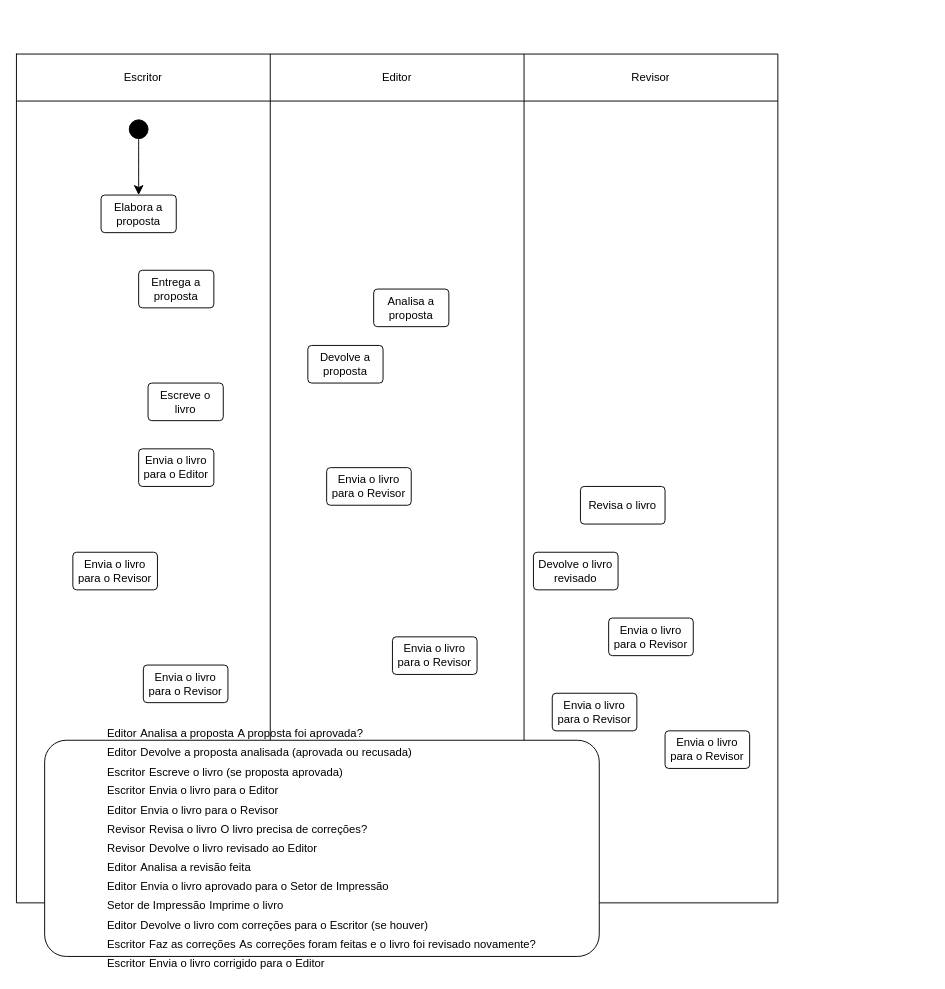
Before: diag_ativ_publicLivro.drawio in mariioka/Diagramas, a draw.io diagram. Source tidied: cells renumbered, new cells numbered last; positions are measured from the earlier drawing's top-left corner, leaving out a move shared by most shapes. Both pictures are drawn from the tidied source at 94%, with x=0, y=0 at pixel (16, 54).
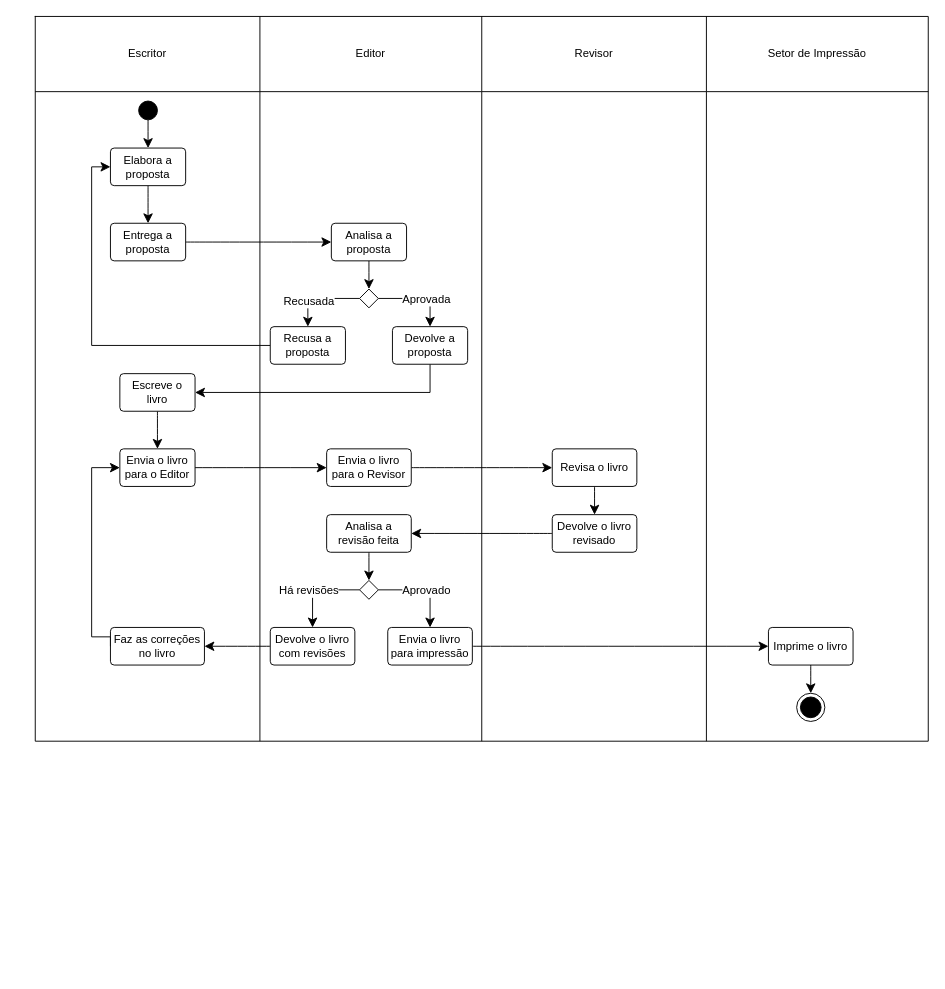
Above is the later version.

Change to the diagram source:
```diff
@@
-    <mxCell id="2" style="shape=table;startSize=0;childLayout=tableLayout;" parent="1" vertex="1">
-      <mxGeometry width="810" height="903" as="geometry" />
-    </mxCell>
-    <mxCell id="3" style="shape=tableRow;horizontal=0;startSize=0;swimlaneHead=0;swimlaneBody=0;strokeColor=inherit;top=0;left=0;bottom=0;right=0;fillColor=none;" parent="2" vertex="1">
-      <mxGeometry width="810" height="50" as="geometry" />
-    </mxCell>
+    <mxCell id="29" style="shape=table;startSize=0;childLayout=tableLayout;" parent="1" vertex="1">
+      <mxGeometry x="20" y="-40" width="950" height="771" as="geometry" />
+    </mxCell>
+    <mxCell id="30" style="shape=tableRow;horizontal=0;startSize=0;swimlaneHead=0;swimlaneBody=0;strokeColor=inherit;top=0;left=0;bottom=0;right=0;fillColor=none;" parent="29" vertex="1">
+      <mxGeometry width="950" height="80" as="geometry" />
+    </mxCell>
-    <mxCell id="4" value="Escritor" style="shape=partialRectangle;html=1;whiteSpace=wrap;strokeColor=inherit;overflow=hidden;fillColor=none;top=0;left=0;bottom=0;right=0;" parent="3" vertex="1">
-      <mxGeometry width="270" height="50" as="geometry" />
+    <mxCell id="4" value="Escritor" style="shape=partialRectangle;html=1;whiteSpace=wrap;strokeColor=inherit;overflow=hidden;fillColor=none;top=0;left=0;bottom=0;right=0;" parent="30" vertex="1">
+      <mxGeometry width="239" height="80" as="geometry" />
     </mxCell>
-    <mxCell id="5" value="Editor" style="shape=partialRectangle;html=1;whiteSpace=wrap;strokeColor=inherit;overflow=hidden;fillColor=none;top=0;left=0;bottom=0;right=0;" parent="3" vertex="1">
-      <mxGeometry x="270" width="270" height="50" as="geometry" />
+    <mxCell id="5" value="Editor" style="shape=partialRectangle;html=1;whiteSpace=wrap;strokeColor=inherit;overflow=hidden;fillColor=none;top=0;left=0;bottom=0;right=0;" parent="30" vertex="1">
+      <mxGeometry x="239" width="236" height="80" as="geometry" />
     </mxCell>
-    <mxCell id="6" value="Revisor" style="shape=partialRectangle;html=1;whiteSpace=wrap;strokeColor=inherit;overflow=hidden;fillColor=none;top=0;left=0;bottom=0;right=0;" parent="3" vertex="1">
-      <mxGeometry x="540" width="270" height="50" as="geometry" />
+    <mxCell id="6" value="Revisor" style="shape=partialRectangle;html=1;whiteSpace=wrap;strokeColor=inherit;overflow=hidden;fillColor=none;top=0;left=0;bottom=0;right=0;" parent="30" vertex="1">
+      <mxGeometry x="475" width="239" height="80" as="geometry" />
     </mxCell>
-    <mxCell id="7" style="shape=tableRow;horizontal=0;startSize=0;swimlaneHead=0;swimlaneBody=0;strokeColor=inherit;top=0;left=0;bottom=0;right=0;fillColor=none;" parent="2" vertex="1">
-      <mxGeometry y="50" width="810" height="853" as="geometry" />
-    </mxCell>
-    <mxCell id="8" style="shape=partialRectangle;html=1;whiteSpace=wrap;strokeColor=inherit;overflow=hidden;fillColor=none;top=0;left=0;bottom=0;right=0;" parent="7" vertex="1">
-      <mxGeometry width="270" height="853" as="geometry" />
-    </mxCell>
-    <mxCell id="9" style="shape=partialRectangle;html=1;whiteSpace=wrap;strokeColor=inherit;overflow=hidden;fillColor=none;top=0;left=0;bottom=0;right=0;" parent="7" vertex="1">
-      <mxGeometry x="270" width="270" height="853" as="geometry" />
-    </mxCell>
-    <mxCell id="10" style="shape=partialRectangle;html=1;whiteSpace=wrap;strokeColor=inherit;overflow=hidden;fillColor=none;top=0;left=0;bottom=0;right=0;" parent="7" vertex="1">
-      <mxGeometry x="540" width="270" height="853" as="geometry" />
-    </mxCell>
+    <mxCell id="31" value="Setor de Impressão" style="shape=partialRectangle;html=1;whiteSpace=wrap;strokeColor=inherit;overflow=hidden;fillColor=none;top=0;left=0;bottom=0;right=0;" parent="30" vertex="1">
+      <mxGeometry x="714" width="236" height="80" as="geometry" />
+    </mxCell>
+    <mxCell id="32" style="shape=tableRow;horizontal=0;startSize=0;swimlaneHead=0;swimlaneBody=0;strokeColor=inherit;top=0;left=0;bottom=0;right=0;fillColor=none;" parent="29" vertex="1">
+      <mxGeometry y="80" width="950" height="691" as="geometry" />
+    </mxCell>
+    <mxCell id="33" style="shape=partialRectangle;html=1;whiteSpace=wrap;strokeColor=inherit;overflow=hidden;fillColor=none;top=0;left=0;bottom=0;right=0;" parent="32" vertex="1">
+      <mxGeometry width="239" height="691" as="geometry" />
+    </mxCell>
+    <mxCell id="34" style="shape=partialRectangle;html=1;whiteSpace=wrap;strokeColor=inherit;overflow=hidden;fillColor=none;top=0;left=0;bottom=0;right=0;" parent="32" vertex="1">
+      <mxGeometry x="239" width="236" height="691" as="geometry" />
+    </mxCell>
+    <mxCell id="35" style="shape=partialRectangle;html=1;whiteSpace=wrap;strokeColor=inherit;overflow=hidden;fillColor=none;top=0;left=0;bottom=0;right=0;" parent="32" vertex="1">
+      <mxGeometry x="475" width="239" height="691" as="geometry" />
+    </mxCell>
+    <mxCell id="36" style="shape=partialRectangle;html=1;whiteSpace=wrap;strokeColor=inherit;overflow=hidden;fillColor=none;top=0;left=0;bottom=0;right=0;" parent="32" vertex="1">
+      <mxGeometry x="714" width="236" height="691" as="geometry" />
+    </mxCell>
@@
+    <mxCell id="37" style="edgeStyle=none;curved=1;rounded=0;jettySize=auto;html=1;fontSize=12;startSize=8;endSize=8;" parent="1" edge="1" source="12" target="14">
+      <mxGeometry relative="1" as="geometry" />
+    </mxCell>
     <mxCell id="12" value="Elabora a proposta" style="rounded=1;arcSize=10;whiteSpace=wrap;html=1;align=center;" parent="1" vertex="1">
-      <mxGeometry x="90" y="150" width="80" height="40" as="geometry" />
+      <mxGeometry x="100" y="100" width="80" height="40" as="geometry" />
     </mxCell>
     <mxCell id="13" style="ellipse;whiteSpace=wrap;html=1;gradientColor=none;fillColor=#000000;" parent="1" vertex="1">
-      <mxGeometry x="120" y="70" width="20" height="20" as="geometry" />
+      <mxGeometry x="130" y="50" width="20" height="20" as="geometry" />
     </mxCell>
+    <mxCell id="38" style="edgeStyle=none;curved=1;rounded=0;jettySize=auto;html=1;exitX=1;exitY=0.5;exitDx=0;exitDy=0;fontSize=12;startSize=8;endSize=8;" parent="1" edge="1" source="14" target="15">
+      <mxGeometry relative="1" as="geometry" />
+    </mxCell>
     <mxCell id="14" value="Entrega a proposta" style="rounded=1;arcSize=10;whiteSpace=wrap;html=1;align=center;" parent="1" vertex="1">
-      <mxGeometry x="130" y="230" width="80" height="40" as="geometry" />
+      <mxGeometry x="100" y="180" width="80" height="40" as="geometry" />
     </mxCell>
+    <mxCell id="39" style="edgeStyle=none;curved=1;rounded=0;jettySize=auto;html=1;entryX=0.5;entryY=0;entryDx=0;entryDy=0;fontSize=12;startSize=8;endSize=8;" parent="1" edge="1" source="15" target="56">
+      <mxGeometry relative="1" as="geometry" />
+    </mxCell>
     <mxCell id="15" value="Analisa a proposta" style="rounded=1;arcSize=10;whiteSpace=wrap;html=1;align=center;" parent="1" vertex="1">
-      <mxGeometry x="380" y="250" width="80" height="40" as="geometry" />
+      <mxGeometry x="335" y="180" width="80" height="40" as="geometry" />
     </mxCell>
+    <mxCell id="40" style="edgeStyle=orthogonalEdgeStyle;rounded=0;jettySize=auto;html=1;exitX=0.5;exitY=1;exitDx=0;exitDy=0;entryX=1;entryY=0.5;entryDx=0;entryDy=0;fontSize=12;startSize=8;endSize=8;" parent="1" edge="1" source="16" target="17">
+      <mxGeometry relative="1" as="geometry" />
+    </mxCell>
     <mxCell id="16" value="Devolve a proposta" style="rounded=1;arcSize=10;whiteSpace=wrap;html=1;align=center;" parent="1" vertex="1">
-      <mxGeometry x="310" y="310" width="80" height="40" as="geometry" />
+      <mxGeometry x="400" y="290" width="80" height="40" as="geometry" />
     </mxCell>
+    <mxCell id="41" style="edgeStyle=none;curved=1;rounded=0;jettySize=auto;html=1;exitX=0.5;exitY=1;exitDx=0;exitDy=0;fontSize=12;startSize=8;endSize=8;" parent="1" edge="1" source="17" target="18">
+      <mxGeometry relative="1" as="geometry" />
+    </mxCell>
     <mxCell id="17" value="Escreve o livro" style="rounded=1;arcSize=10;whiteSpace=wrap;html=1;align=center;" parent="1" vertex="1">
-      <mxGeometry x="140" y="350" width="80" height="40" as="geometry" />
+      <mxGeometry x="110" y="340" width="80" height="40" as="geometry" />
     </mxCell>
+    <mxCell id="42" style="edgeStyle=none;curved=1;rounded=0;jettySize=auto;html=1;exitX=1;exitY=0.5;exitDx=0;exitDy=0;fontSize=12;startSize=8;endSize=8;" parent="1" edge="1" source="18" target="19">
+      <mxGeometry relative="1" as="geometry" />
+    </mxCell>
     <mxCell id="18" value="Envia o livro para o Editor" style="rounded=1;arcSize=10;whiteSpace=wrap;html=1;align=center;" parent="1" vertex="1">
-      <mxGeometry x="130" y="420" width="80" height="40" as="geometry" />
+      <mxGeometry x="110" y="420" width="80" height="40" as="geometry" />
     </mxCell>
+    <mxCell id="43" style="edgeStyle=none;curved=1;rounded=0;jettySize=auto;html=1;exitX=1;exitY=0.5;exitDx=0;exitDy=0;fontSize=12;startSize=8;endSize=8;" parent="1" edge="1" source="19" target="20">
+      <mxGeometry relative="1" as="geometry" />
+    </mxCell>
     <mxCell id="19" value="Envia o livro para o Revisor" style="rounded=1;arcSize=10;whiteSpace=wrap;html=1;align=center;" parent="1" vertex="1">
-      <mxGeometry x="330" y="440" width="90" height="40" as="geometry" />
+      <mxGeometry x="330" y="420" width="90" height="40" as="geometry" />
     </mxCell>
+    <mxCell id="44" style="edgeStyle=none;curved=1;rounded=0;jettySize=auto;html=1;exitX=0.5;exitY=1;exitDx=0;exitDy=0;entryX=0.5;entryY=0;entryDx=0;entryDy=0;fontSize=12;startSize=8;endSize=8;" parent="1" edge="1" source="20" target="21">
+      <mxGeometry relative="1" as="geometry" />
+    </mxCell>
     <mxCell id="20" value="Revisa o livro" style="rounded=1;arcSize=10;whiteSpace=wrap;html=1;align=center;" parent="1" vertex="1">
-      <mxGeometry x="600" y="460" width="90" height="40" as="geometry" />
+      <mxGeometry x="570" y="420" width="90" height="40" as="geometry" />
     </mxCell>
+    <mxCell id="45" style="edgeStyle=none;curved=1;rounded=0;jettySize=auto;html=1;exitX=0;exitY=0.5;exitDx=0;exitDy=0;entryX=1;entryY=0.5;entryDx=0;entryDy=0;fontSize=12;startSize=8;endSize=8;" parent="1" edge="1" source="21" target="24">
+      <mxGeometry relative="1" as="geometry" />
+    </mxCell>
     <mxCell id="21" value="Devolve o livro revisado" style="rounded=1;arcSize=10;whiteSpace=wrap;html=1;align=center;" parent="1" vertex="1">
-      <mxGeometry x="550" y="530" width="90" height="40" as="geometry" />
+      <mxGeometry x="570" y="490" width="90" height="40" as="geometry" />
     </mxCell>
-    <mxCell id="22" value="&lt;table&gt;&lt;tbody&gt;&lt;tr&gt;&lt;td&gt;Editor&lt;/td&gt;&lt;td&gt;Analisa a proposta&lt;/td&gt;&lt;td&gt;A proposta foi aprovada?&lt;/td&gt;&lt;/tr&gt;&lt;/tbody&gt;&lt;/table&gt;&lt;table&gt;&lt;tbody&gt;&lt;tr&gt;&lt;td&gt;Editor&lt;/td&gt;&lt;td&gt;Devolve a proposta analisada (aprovada ou recusada)&lt;/td&gt;&lt;td&gt;&lt;/td&gt;&lt;/tr&gt;&lt;/tbody&gt;&lt;/table&gt;&lt;table&gt;&lt;tbody&gt;&lt;tr&gt;&lt;td&gt;Escritor&lt;/td&gt;&lt;td&gt;Escreve o livro (se proposta aprovada)&lt;/td&gt;&lt;td&gt;&lt;/td&gt;&lt;/tr&gt;&lt;/tbody&gt;&lt;/table&gt;&lt;table&gt;&lt;tbody&gt;&lt;tr&gt;&lt;td&gt;Escritor&lt;/td&gt;&lt;td&gt;Envia o livro para o Editor&lt;/td&gt;&lt;td&gt;&lt;/td&gt;&lt;/tr&gt;&lt;/tbody&gt;&lt;/table&gt;&lt;table&gt;&lt;tbody&gt;&lt;tr&gt;&lt;td&gt;Editor&lt;/td&gt;&lt;td&gt;Envia o livro para o Revisor&lt;/td&gt;&lt;td&gt;&lt;/td&gt;&lt;/tr&gt;&lt;/tbody&gt;&lt;/table&gt;&lt;table&gt;&lt;tbody&gt;&lt;tr&gt;&lt;td&gt;Revisor&lt;/td&gt;&lt;td&gt;Revisa o livro&lt;/td&gt;&lt;td&gt;O livro precisa de correções?&lt;/td&gt;&lt;/tr&gt;&lt;/tbody&gt;&lt;/table&gt;&lt;table&gt;&lt;tbody&gt;&lt;tr&gt;&lt;td&gt;Revisor&lt;/td&gt;&lt;td&gt;Devolve o livro revisado ao Editor&lt;/td&gt;&lt;/tr&gt;&lt;/tbody&gt;&lt;/table&gt;&lt;table&gt;&lt;tbody&gt;&lt;tr&gt;&lt;td&gt;Editor&lt;/td&gt;&lt;td&gt;Analisa a revisão feita&lt;/td&gt;&lt;td&gt;&lt;/td&gt;&lt;/tr&gt;&lt;/tbody&gt;&lt;/table&gt;&lt;table&gt;&lt;tbody&gt;&lt;tr&gt;&lt;td&gt;Editor&lt;/td&gt;&lt;td&gt;Envia o livro aprovado para o Setor de Impressão&lt;/td&gt;&lt;td&gt;&lt;/td&gt;&lt;/tr&gt;&lt;/tbody&gt;&lt;/table&gt;&lt;table&gt;&lt;tbody&gt;&lt;tr&gt;&lt;td&gt;Setor de Impressão&lt;/td&gt;&lt;td&gt;Imprime o livro&lt;/td&gt;&lt;td&gt;&lt;/td&gt;&lt;/tr&gt;&lt;/tbody&gt;&lt;/table&gt;&lt;table&gt;&lt;tbody&gt;&lt;tr&gt;&lt;td&gt;Editor&lt;/td&gt;&lt;td&gt;Devolve o livro com correções para o Escritor (se houver)&lt;/td&gt;&lt;td&gt;&lt;/td&gt;&lt;/tr&gt;&lt;/tbody&gt;&lt;/table&gt;&lt;table&gt;&lt;tbody&gt;&lt;tr&gt;&lt;td&gt;Escritor&lt;/td&gt;&lt;td&gt;Faz as correções&lt;/td&gt;&lt;td&gt;As correções foram feitas e o livro foi revisado novamente?&lt;/td&gt;&lt;/tr&gt;&lt;/tbody&gt;&lt;/table&gt;&lt;table&gt;&lt;tbody&gt;&lt;tr&gt;&lt;td&gt;Escritor&lt;/td&gt;&lt;td&gt;Envia o livro corrigido para o Editor&lt;/td&gt;&lt;/tr&gt;&lt;/tbody&gt;&lt;/table&gt;" style="rounded=1;arcSize=10;whiteSpace=wrap;html=1;align=center;" parent="1" vertex="1">
-      <mxGeometry x="30" y="730" width="590" height="230" as="geometry" />
-    </mxCell>
-    <mxCell id="23" value="Envia o livro para o Revisor" style="rounded=1;arcSize=10;whiteSpace=wrap;html=1;align=center;" parent="1" vertex="1">
-      <mxGeometry x="60" y="530" width="90" height="40" as="geometry" />
-    </mxCell>
+    <mxCell id="46" style="edgeStyle=none;curved=1;rounded=0;jettySize=auto;html=1;entryX=0.5;entryY=0;entryDx=0;entryDy=0;fontSize=12;startSize=8;endSize=8;" parent="1" edge="1" source="24" target="63">
+      <mxGeometry relative="1" as="geometry" />
+    </mxCell>
-    <mxCell id="24" value="Envia o livro para o Revisor" style="rounded=1;arcSize=10;whiteSpace=wrap;html=1;align=center;" parent="1" vertex="1">
-      <mxGeometry x="400" y="620" width="90" height="40" as="geometry" />
+    <mxCell id="24" value="Analisa a revisão feita" style="rounded=1;arcSize=10;whiteSpace=wrap;html=1;align=center;" parent="1" vertex="1">
+      <mxGeometry x="330" y="490" width="90" height="40" as="geometry" />
     </mxCell>
+    <mxCell id="47" style="edgeStyle=none;curved=1;rounded=0;jettySize=auto;html=1;fontSize=12;startSize=8;endSize=8;" parent="1" edge="1" source="25" target="28">
+      <mxGeometry relative="1" as="geometry" />
+    </mxCell>
-    <mxCell id="25" value="Envia o livro para o Revisor" style="rounded=1;arcSize=10;whiteSpace=wrap;html=1;align=center;" parent="1" vertex="1">
-      <mxGeometry x="135" y="650" width="90" height="40" as="geometry" />
+    <mxCell id="25" value="Envia o livro para impressão" style="rounded=1;arcSize=10;whiteSpace=wrap;html=1;align=center;" parent="1" vertex="1">
+      <mxGeometry x="395" y="610" width="90" height="40" as="geometry" />
     </mxCell>
-    <mxCell id="26" value="Envia o livro para o Revisor" style="rounded=1;arcSize=10;whiteSpace=wrap;html=1;align=center;" parent="1" vertex="1">
-      <mxGeometry x="690" y="720" width="90" height="40" as="geometry" />
-    </mxCell>
+    <mxCell id="48" style="edgeStyle=none;curved=1;rounded=0;jettySize=auto;html=1;exitX=0;exitY=0.5;exitDx=0;exitDy=0;fontSize=12;startSize=8;endSize=8;" parent="1" edge="1" source="27" target="51">
+      <mxGeometry relative="1" as="geometry" />
+    </mxCell>
-    <mxCell id="27" value="Envia o livro para o Revisor" style="rounded=1;arcSize=10;whiteSpace=wrap;html=1;align=center;" parent="1" vertex="1">
-      <mxGeometry x="570" y="680" width="90" height="40" as="geometry" />
+    <mxCell id="27" value="Devolve o livro com revisões" style="rounded=1;arcSize=10;whiteSpace=wrap;html=1;align=center;" parent="1" vertex="1">
+      <mxGeometry x="270" y="610" width="90" height="40" as="geometry" />
     </mxCell>
+    <mxCell id="49" style="edgeStyle=none;curved=1;rounded=0;jettySize=auto;html=1;fontSize=12;startSize=8;endSize=8;" parent="1" edge="1" source="28" target="64">
+      <mxGeometry relative="1" as="geometry" />
+    </mxCell>
-    <mxCell id="28" value="Envia o livro para o Revisor" style="rounded=1;arcSize=10;whiteSpace=wrap;html=1;align=center;" parent="1" vertex="1">
-      <mxGeometry x="630" y="600" width="90" height="40" as="geometry" />
+    <mxCell id="28" value="Imprime o livro" style="rounded=1;arcSize=10;whiteSpace=wrap;html=1;align=center;" parent="1" vertex="1">
+      <mxGeometry x="800" y="610" width="90" height="40" as="geometry" />
     </mxCell>
+    <mxCell id="50" style="edgeStyle=orthogonalEdgeStyle;rounded=0;jettySize=auto;html=1;exitX=0;exitY=0.5;exitDx=0;exitDy=0;entryX=0;entryY=0.5;entryDx=0;entryDy=0;fontSize=12;startSize=8;endSize=8;" parent="1" edge="1" source="51" target="18">
+      <mxGeometry relative="1" as="geometry">
+        <Array as="points">
+          <mxPoint x="80" y="620" />
+          <mxPoint x="80" y="440" />
+        </Array>
+      </mxGeometry>
+    </mxCell>
+    <mxCell id="51" value="Faz as correções no livro" style="rounded=1;arcSize=10;whiteSpace=wrap;html=1;align=center;" parent="1" vertex="1">
+      <mxGeometry x="100" y="610" width="100" height="40" as="geometry" />
+    </mxCell>
+    <mxCell id="52" style="edgeStyle=orthogonalEdgeStyle;rounded=0;jettySize=auto;html=1;entryX=0.5;entryY=0;entryDx=0;entryDy=0;fontSize=12;startSize=8;endSize=8;" parent="1" edge="1" source="56" target="16">
+      <mxGeometry relative="1" as="geometry" />
+    </mxCell>
+    <mxCell id="53" value="Aprovada" style="edgeLabel;html=1;align=center;verticalAlign=middle;fontSize=12;" parent="52" vertex="1">
+      <mxGeometry x="-0.2" y="2" relative="1" as="geometry">
+        <mxPoint x="16" y="2" as="offset" />
+      </mxGeometry>
+    </mxCell>
+    <mxCell id="54" style="edgeStyle=orthogonalEdgeStyle;rounded=0;jettySize=auto;html=1;entryX=0.5;entryY=0;entryDx=0;entryDy=0;fontSize=12;startSize=8;endSize=8;" parent="1" edge="1" source="56" target="58">
+      <mxGeometry relative="1" as="geometry" />
+    </mxCell>
+    <mxCell id="55" value="Recusada" style="edgeLabel;html=1;align=center;verticalAlign=middle;fontSize=12;" parent="54" vertex="1">
+      <mxGeometry x="0.33" relative="1" as="geometry" />
+    </mxCell>
+    <mxCell id="56" style="rhombus;whiteSpace=wrap;html=1;gradientColor=none;" parent="1" vertex="1">
+      <mxGeometry x="365" y="250" width="20" height="20" as="geometry" />
+    </mxCell>
+    <mxCell id="57" style="edgeStyle=orthogonalEdgeStyle;rounded=0;jettySize=auto;html=1;entryX=0;entryY=0.5;entryDx=0;entryDy=0;fontSize=12;startSize=8;endSize=8;" parent="1" edge="1" source="58" target="12">
+      <mxGeometry relative="1" as="geometry" />
+    </mxCell>
+    <mxCell id="58" value="Recusa a proposta" style="rounded=1;arcSize=10;whiteSpace=wrap;html=1;align=center;" parent="1" vertex="1">
+      <mxGeometry x="270" y="290" width="80" height="40" as="geometry" />
+    </mxCell>
+    <mxCell id="59" style="edgeStyle=orthogonalEdgeStyle;rounded=0;jettySize=auto;html=1;entryX=0.5;entryY=0;entryDx=0;entryDy=0;fontSize=12;startSize=8;endSize=8;" parent="1" edge="1" source="63" target="25">
+      <mxGeometry relative="1" as="geometry" />
+    </mxCell>
+    <mxCell id="60" value="Aprovado" style="edgeLabel;html=1;align=center;verticalAlign=middle;fontSize=12;" parent="59" vertex="1">
+      <mxGeometry x="-0.12" y="-3" relative="1" as="geometry">
+        <mxPoint x="8" y="-3" as="offset" />
+      </mxGeometry>
+    </mxCell>
+    <mxCell id="61" style="edgeStyle=orthogonalEdgeStyle;rounded=0;jettySize=auto;html=1;entryX=0.5;entryY=0;entryDx=0;entryDy=0;fontSize=12;startSize=8;endSize=8;" parent="1" edge="1" source="63" target="27">
+      <mxGeometry relative="1" as="geometry">
+        <Array as="points">
+          <mxPoint x="315" y="570" />
+        </Array>
+      </mxGeometry>
+    </mxCell>
+    <mxCell id="62" value="Há revisões" style="edgeLabel;html=1;align=center;verticalAlign=middle;fontSize=12;" parent="61" vertex="1">
+      <mxGeometry x="0.25" y="-3" relative="1" as="geometry">
+        <mxPoint x="-2" y="-6" as="offset" />
+      </mxGeometry>
+    </mxCell>
+    <mxCell id="63" style="rhombus;whiteSpace=wrap;html=1;gradientColor=none;" parent="1" vertex="1">
+      <mxGeometry x="365" y="560" width="20" height="20" as="geometry" />
+    </mxCell>
+    <mxCell id="64" style="ellipse;html=1;shape=endState;fillColor=#000000;strokeColor=#000000;" parent="1" vertex="1">
+      <mxGeometry x="830" y="680" width="30" height="30" as="geometry" />
+    </mxCell>
```
